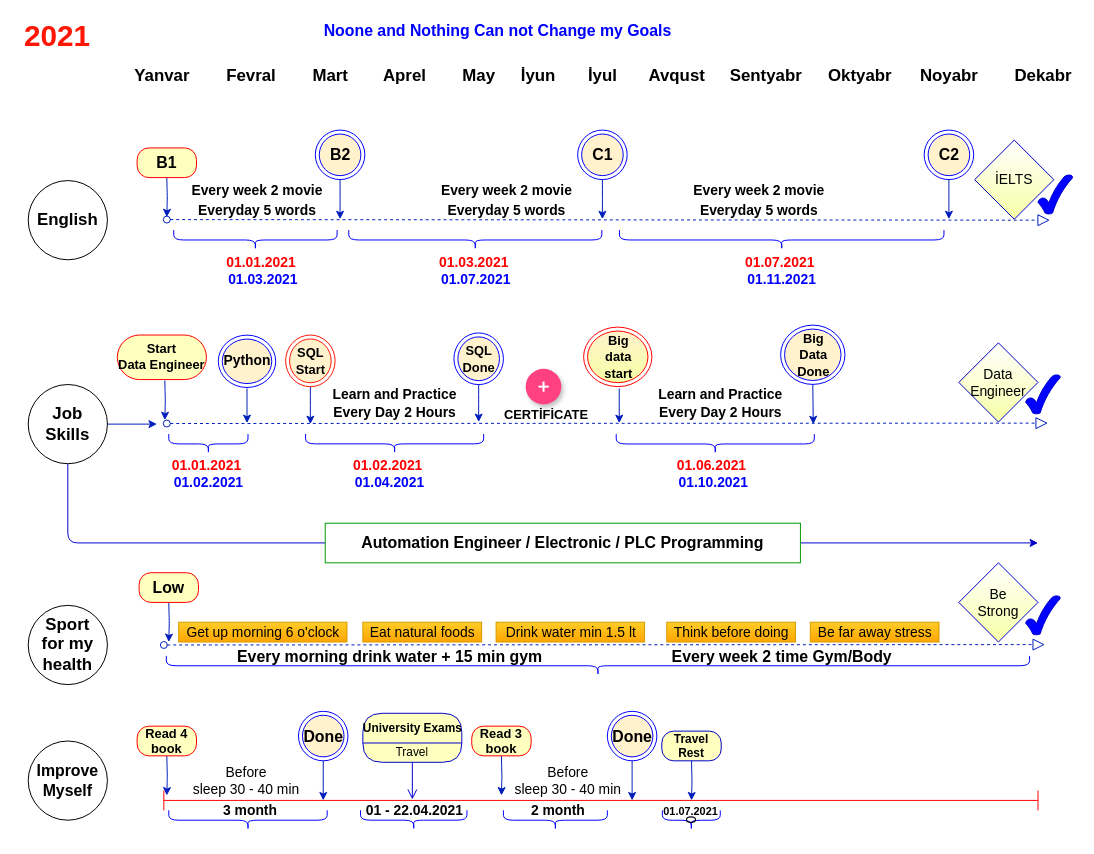
Above: page "Page-7" (1 of 7) of Untitled Diagram.drawio in E91Aydin/PythonPractice (draw.io), before the change. Source tidied: cells renumbered, new cells numbered last; positions are measured from the earlier drawing's top-left corner, leaving out a move shared by most shapes. Both pictures are drawn from the tidied source at 99%, with x=0, y=0 at pixel (17, 20).
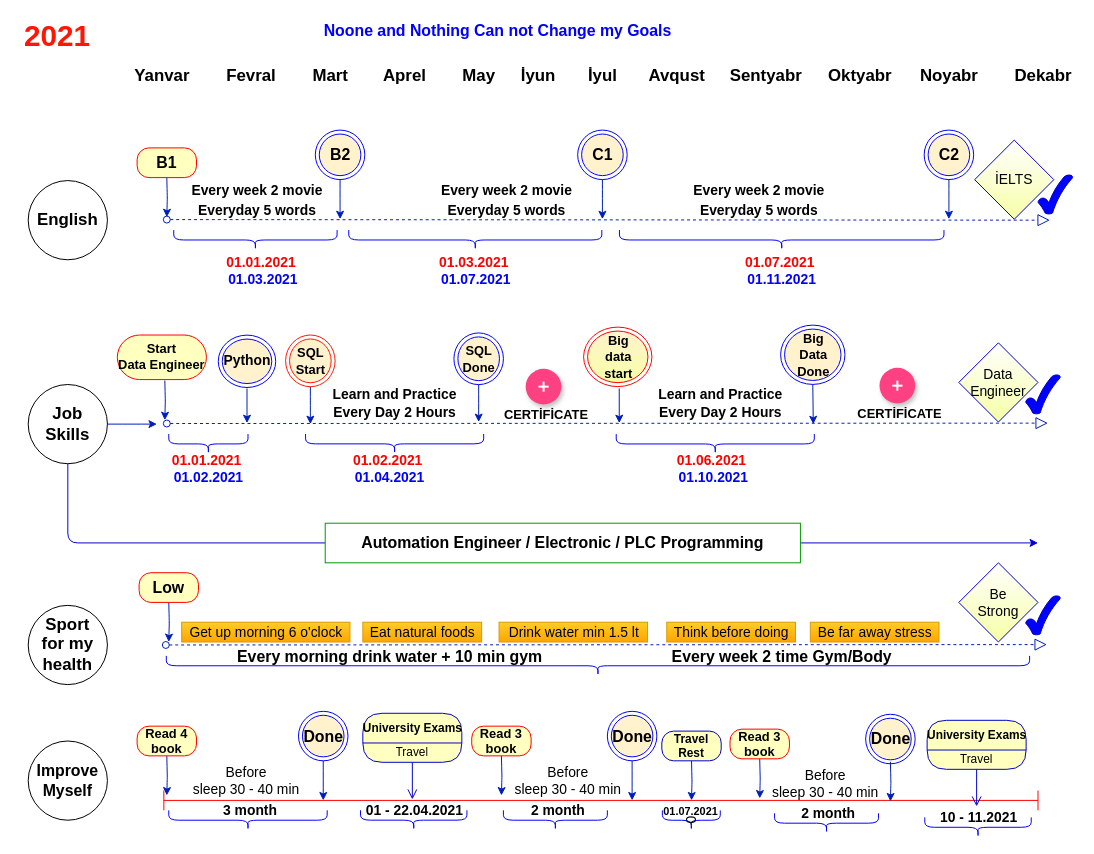
The same page after the edit.

Diff of the diagram source:
```diff
@@
     <mxCell id="46" value="&lt;b&gt;&lt;font color=&quot;#ff0000&quot;&gt;01.01.2021&amp;nbsp;&lt;/font&gt;&lt;br&gt;&lt;font color=&quot;#0000ff&quot;&gt;01.02.2021&lt;/font&gt;&lt;/b&gt;" style="text;html=1;align=center;verticalAlign=middle;fontSize=14;" parent="1" vertex="1">
-      <mxGeometry x="148" y="437.9" width="90" height="40" as="geometry" />
+      <mxGeometry x="148" y="432.9" width="90" height="40" as="geometry" />
     </mxCell>
@@
     <mxCell id="50" value="&lt;b&gt;&lt;font color=&quot;#ff0000&quot;&gt;01.02.2021&amp;nbsp;&lt;/font&gt;&lt;br&gt;&lt;font color=&quot;#0000ff&quot;&gt;01.04.2021&lt;/font&gt;&lt;/b&gt;" style="text;html=1;align=center;verticalAlign=middle;fontSize=14;" parent="1" vertex="1">
-      <mxGeometry x="331" y="437.9" width="90" height="40" as="geometry" />
+      <mxGeometry x="331" y="432.9" width="90" height="40" as="geometry" />
     </mxCell>
@@
-    <mxCell id="58" value="&lt;b&gt;&lt;font style=&quot;font-size: 16px&quot;&gt;Every morning drink water + 15 min gym&lt;/font&gt;&lt;/b&gt;" style="text;html=1;align=center;verticalAlign=middle;fontSize=14;" parent="1" vertex="1">
+    <mxCell id="58" value="&lt;b&gt;&lt;font style=&quot;font-size: 16px&quot;&gt;Every morning drink water + 10 min gym&lt;/font&gt;&lt;/b&gt;" style="text;html=1;align=center;verticalAlign=middle;fontSize=14;" parent="1" vertex="1">
       <mxGeometry x="216" y="633" width="320" height="20" as="geometry" />
     </mxCell>
@@
     <mxCell id="70" value="&lt;b&gt;&lt;font color=&quot;#ff0000&quot;&gt;01.06.2021&amp;nbsp;&lt;/font&gt;&lt;br&gt;&lt;font color=&quot;#0000ff&quot;&gt;01.10.2021&lt;/font&gt;&lt;/b&gt;" style="text;html=1;align=center;verticalAlign=middle;fontSize=14;" parent="1" vertex="1">
-      <mxGeometry x="658" y="437.9" width="90" height="40" as="geometry" />
+      <mxGeometry x="658" y="432.9" width="90" height="40" as="geometry" />
     </mxCell>
@@
     <mxCell id="104" style="startArrow=oval;startFill=0;startSize=7;endArrow=block;endFill=0;endSize=10;dashed=1;html=1;fontStyle=1;labelBorderColor=#00FFFF;fontSize=14;rounded=1;targetPerimeterSpacing=8;fillColor=#0050ef;strokeColor=#001DBC;jumpSize=12;" parent="1" edge="1">
       <mxGeometry relative="1" as="geometry">
-        <mxPoint x="148" y="631" as="sourcePoint" />
-        <mxPoint x="1038" y="630.6" as="targetPoint" />
+        <mxPoint x="150" y="631" as="sourcePoint" />
+        <mxPoint x="1040" y="630.6" as="targetPoint" />
       </mxGeometry>
     </mxCell>
@@
     <mxCell id="106" value="Get up morning 6 o'clock" style="text;html=1;align=center;verticalAlign=middle;fontSize=14;gradientColor=#ffa500;fillColor=#ffcd28;strokeColor=#d79b00;" parent="1" vertex="1">
-      <mxGeometry x="163" y="608" width="170" height="20" as="geometry" />
+      <mxGeometry x="166" y="608" width="170" height="20" as="geometry" />
     </mxCell>
@@
     <mxCell id="108" value="Drink water min 1.5 lt" style="text;html=1;align=center;verticalAlign=middle;fontSize=14;gradientColor=#ffa500;fillColor=#ffcd28;strokeColor=#d79b00;" parent="1" vertex="1">
-      <mxGeometry x="483.6" y="608" width="150" height="20" as="geometry" />
+      <mxGeometry x="486.6" y="608" width="150" height="20" as="geometry" />
     </mxCell>
@@
+    <mxCell id="111" style="shape=ellipse;fillColor=#FF4081;strokeColor=none;shadow=1;fontSize=14;" parent="1" vertex="1">
+      <mxGeometry x="870.9" y="351" width="36" height="36" as="geometry" />
+    </mxCell>
+    <mxCell id="112" style="dashed=0;html=1;shape=mxgraph.gmdl.plus;strokeColor=#ffffff;strokeWidth=2;shadow=0;" parent="111" vertex="1">
+      <mxGeometry x="12.9" y="12.9" width="10.3" height="10.3" as="geometry" />
+    </mxCell>
+    <mxCell id="113" value="&lt;b&gt;&lt;font style=&quot;font-size: 13px&quot;&gt;CERTİFİCATE&lt;/font&gt;&lt;/b&gt;" style="text;html=1;align=center;verticalAlign=middle;fontSize=14;" parent="1" vertex="1">
+      <mxGeometry x="841" y="387" width="100" height="20" as="geometry" />
+    </mxCell>
+    <mxCell id="114" style="edgeStyle=orthogonalEdgeStyle;rounded=1;jumpSize=12;orthogonalLoop=1;jettySize=auto;html=1;targetPerimeterSpacing=8;strokeColor=#001DBC;fontSize=14;" parent="1" edge="1">
+      <mxGeometry relative="1" as="geometry">
+        <mxPoint x="749.9" y="746" as="sourcePoint" />
+        <mxPoint x="749.9" y="786" as="targetPoint" />
+      </mxGeometry>
+    </mxCell>
+    <mxCell id="115" value="&lt;span style=&quot;font-size: 13px&quot;&gt;&lt;b&gt;Read 3&lt;br&gt;book&lt;br&gt;&lt;/b&gt;&lt;/span&gt;" style="rounded=1;whiteSpace=wrap;html=1;arcSize=40;fontColor=#000000;fillColor=#ffffc0;strokeColor=#ff0000;" parent="1" vertex="1">
+      <mxGeometry x="719.9" y="716" width="60" height="30" as="geometry" />
+    </mxCell>
+    <mxCell id="116" style="edgeStyle=orthogonalEdgeStyle;rounded=1;jumpSize=12;orthogonalLoop=1;jettySize=auto;html=1;targetPerimeterSpacing=8;strokeColor=#001DBC;fontSize=14;" parent="1" edge="1">
+      <mxGeometry relative="1" as="geometry">
+        <mxPoint x="881.9" y="749" as="sourcePoint" />
+        <mxPoint x="881.9" y="789" as="targetPoint" />
+      </mxGeometry>
+    </mxCell>
+    <mxCell id="117" value="&lt;span style=&quot;font-size: 16px&quot;&gt;&lt;b&gt;Done&lt;/b&gt;&lt;/span&gt;" style="ellipse;html=1;shape=endState;fontSize=14;fillColor=#fff2cc;strokeColor=#0000FF;" parent="1" vertex="1">
+      <mxGeometry x="856.9" y="701" width="50" height="50" as="geometry" />
+    </mxCell>
+    <mxCell id="118" style="shape=curlyBracket;whiteSpace=wrap;html=1;rounded=1;strokeColor=#0000FF;fillColor=#0000FF;fontSize=14;rotation=-90;size=0.5;" parent="1" vertex="1">
+      <mxGeometry x="807.4" y="758.5" width="20" height="105" as="geometry" />
+    </mxCell>
+    <mxCell id="119" value="&lt;b&gt;2 month&lt;/b&gt;" style="text;html=1;align=center;verticalAlign=middle;fontSize=14;" parent="1" vertex="1">
+      <mxGeometry x="784.4" y="791" width="70" height="20" as="geometry" />
+    </mxCell>
+    <mxCell id="120" value="Before&lt;br&gt;sleep 30 - 40 min" style="text;html=1;align=center;verticalAlign=middle;fontSize=14;" parent="1" vertex="1">
+      <mxGeometry x="756.4" y="751" width="120" height="40" as="geometry" />
+    </mxCell>
+    <mxCell id="121" value="University Exams" style="swimlane;html=1;fontStyle=1;align=center;verticalAlign=middle;horizontal=1;startSize=30;fontColor=#000000;rounded=1;arcSize=47;fillColor=#ffffc0;swimlaneFillColor=#ffffc0;strokeColor=#0000CC;" parent="1" vertex="1">
+      <mxGeometry x="919" y="707.1" width="100" height="49.5" as="geometry" />
+    </mxCell>
+    <mxCell id="122" value="Travel" style="text;html=1;strokeColor=none;fillColor=none;align=center;verticalAlign=middle;spacingLeft=4;spacingRight=4;whiteSpace=wrap;overflow=hidden;fontColor=#000000;" parent="121" vertex="1">
+      <mxGeometry y="30" width="100" height="19.5" as="geometry" />
+    </mxCell>
+    <mxCell id="123" style="edgeStyle=orthogonalEdgeStyle;html=1;verticalAlign=bottom;endArrow=open;endSize=8;fontSize=14;strokeColor=#0000CC;" parent="1" edge="1">
+      <mxGeometry relative="1" as="geometry">
+        <mxPoint x="969" y="756.6" as="sourcePoint" />
+        <mxPoint x="969" y="794.1" as="targetPoint" />
+      </mxGeometry>
+    </mxCell>
+    <mxCell id="124" style="shape=curlyBracket;whiteSpace=wrap;html=1;rounded=1;strokeColor=#0000FF;fillColor=#0000FF;fontSize=14;rotation=-90;size=0.5;" parent="1" vertex="1">
+      <mxGeometry x="960.4" y="761.4" width="20" height="107.5" as="geometry" />
+    </mxCell>
+    <mxCell id="125" value="&lt;b&gt;10 - 11.2021&lt;/b&gt;" style="text;html=1;align=center;verticalAlign=middle;fontSize=14;" parent="1" vertex="1">
+      <mxGeometry x="926" y="795.1" width="90" height="20" as="geometry" />
+    </mxCell>
```
